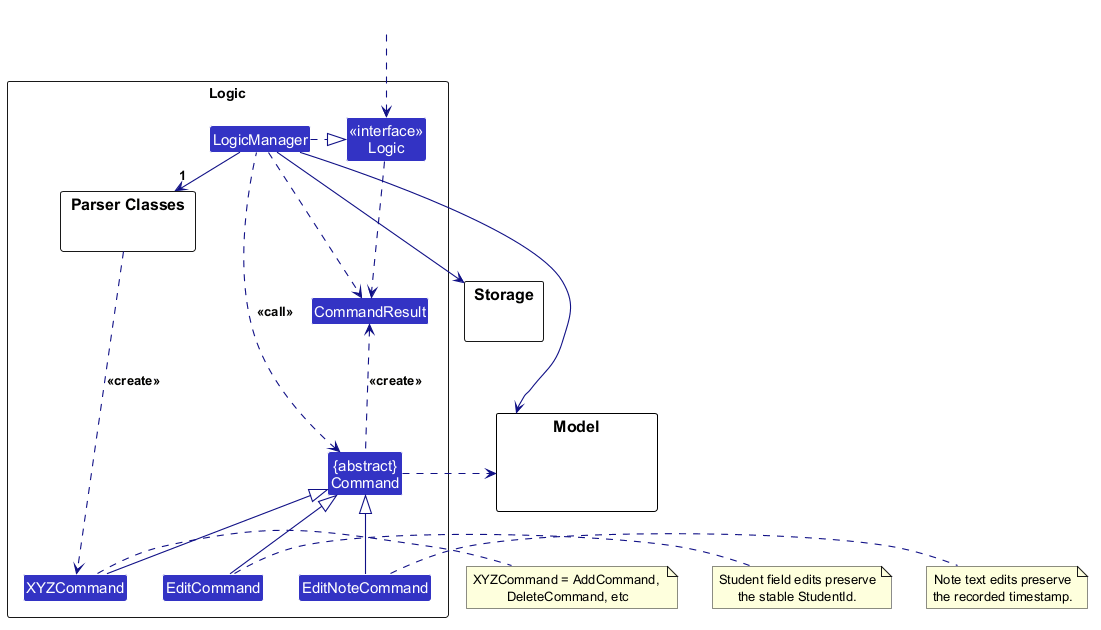
Above: docs/images/LogicClassDiagram.png in AY2627S1-CS2103T-F09-1/tp (PlantUML), before the change.
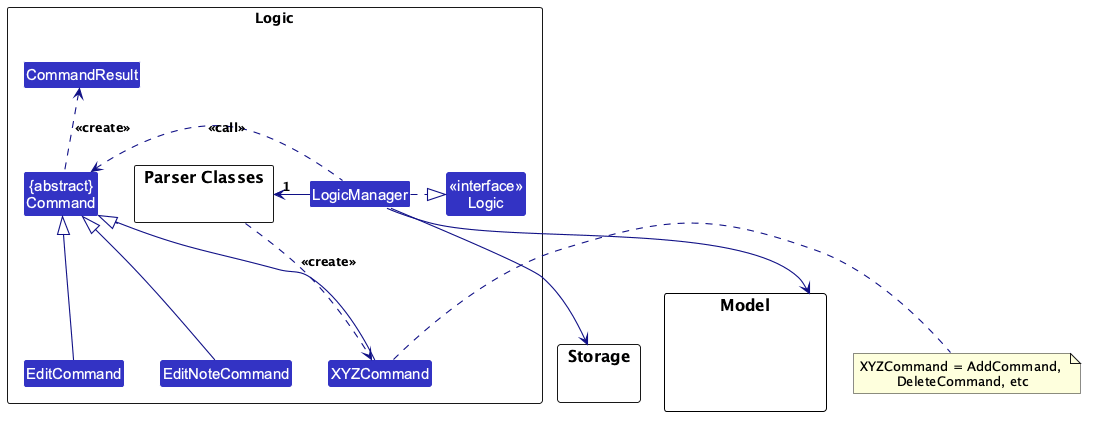
After the commit.

Commit message:
Simplify Logic class diagram for issue 323

What changed in the source:
```diff
@@ -26,9 +26,6 @@
 package Storage {
 }
 
-Class HiddenOutside #FFFFFF
-HiddenOutside ..> Logic
-
 LogicManager .right.|> Logic
 LogicManager -right->"1" ParserClasses
 ParserClasses ..> XYZCommand : <<create>>
@@ -40,14 +37,7 @@
 
 LogicManager --> Model
 LogicManager --> Storage
-Storage --[hidden] Model
-Command .[hidden]up.> Storage
-Command .right.> Model
 note right of XYZCommand: XYZCommand = AddCommand, \nDeleteCommand, etc
-note right of EditCommand: Student field edits preserve\nthe stable StudentId.
-note right of EditNoteCommand: Note text edits preserve\nthe recorded timestamp.
 
-Logic ..> CommandResult
-LogicManager .down.> CommandResult
 Command .up.> CommandResult : <<create>>
 @enduml
```
